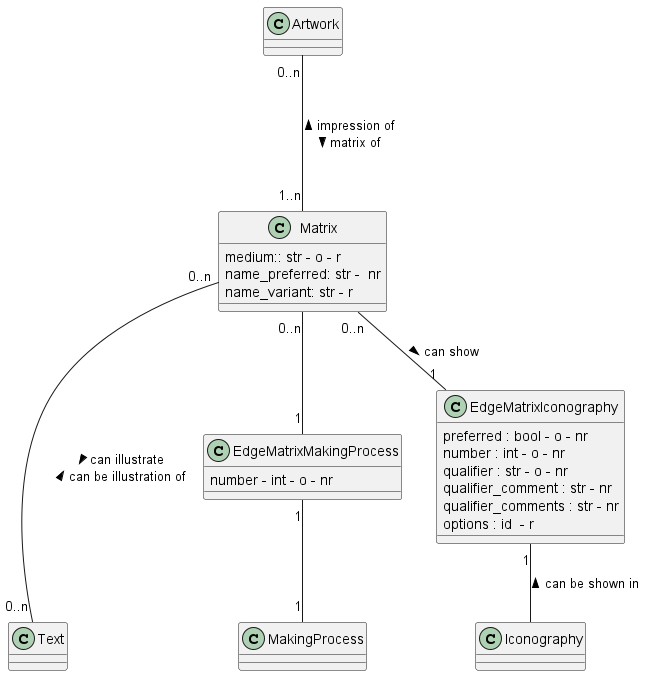
Above: documentation/class_diagrams/Matrix.png in tmasch/bpf_be (PlantUML), before the change.
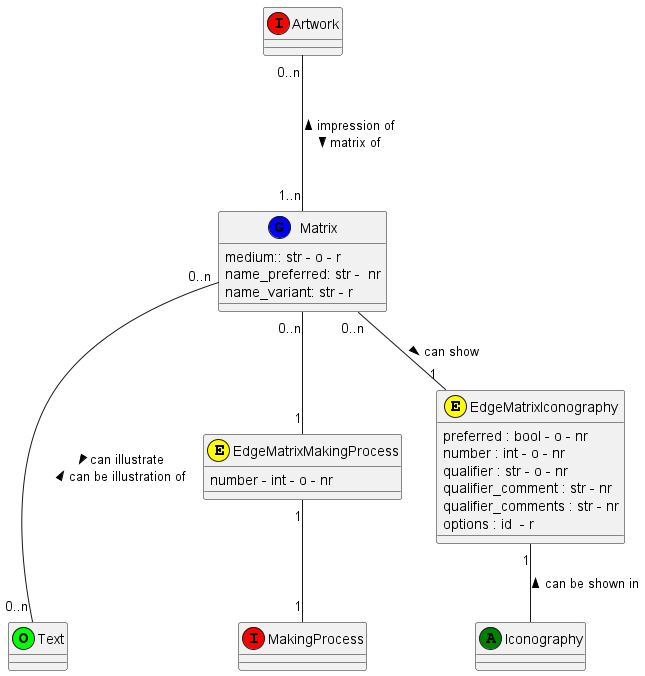
Later version of the same file.

Diff of the diagram source:
```diff
@@ -1,20 +1,22 @@
 @startuml Matrix
 
-class Matrix
+class Matrix <<(G,blue)>>
 Matrix : medium:: str - o - r
 Matrix : name_preferred: str -  nr
 Matrix : name_variant: str - r
 
-class Artwork
+class Artwork <<(I,red)>>
 
-class MakingProcess
+class MakingProcess <<(I,red)>>
 
-class Text
+class Text <<(O,lime)>>
 
-class EdgeMatrixMakingProcess
+class Iconography <<(A,green)>>
+
+class EdgeMatrixMakingProcess <<(E,yellow)>>
 EdgeMatrixMakingProcess : number - int - o - nr
 
-class EdgeMatrixIconography
+class EdgeMatrixIconography <<(E,yellow)>>
 EdgeMatrixIconography : preferred : bool - o - nr
 EdgeMatrixIconography : number : int - o - nr
 EdgeMatrixIconography : qualifier : str - o - nr
```
